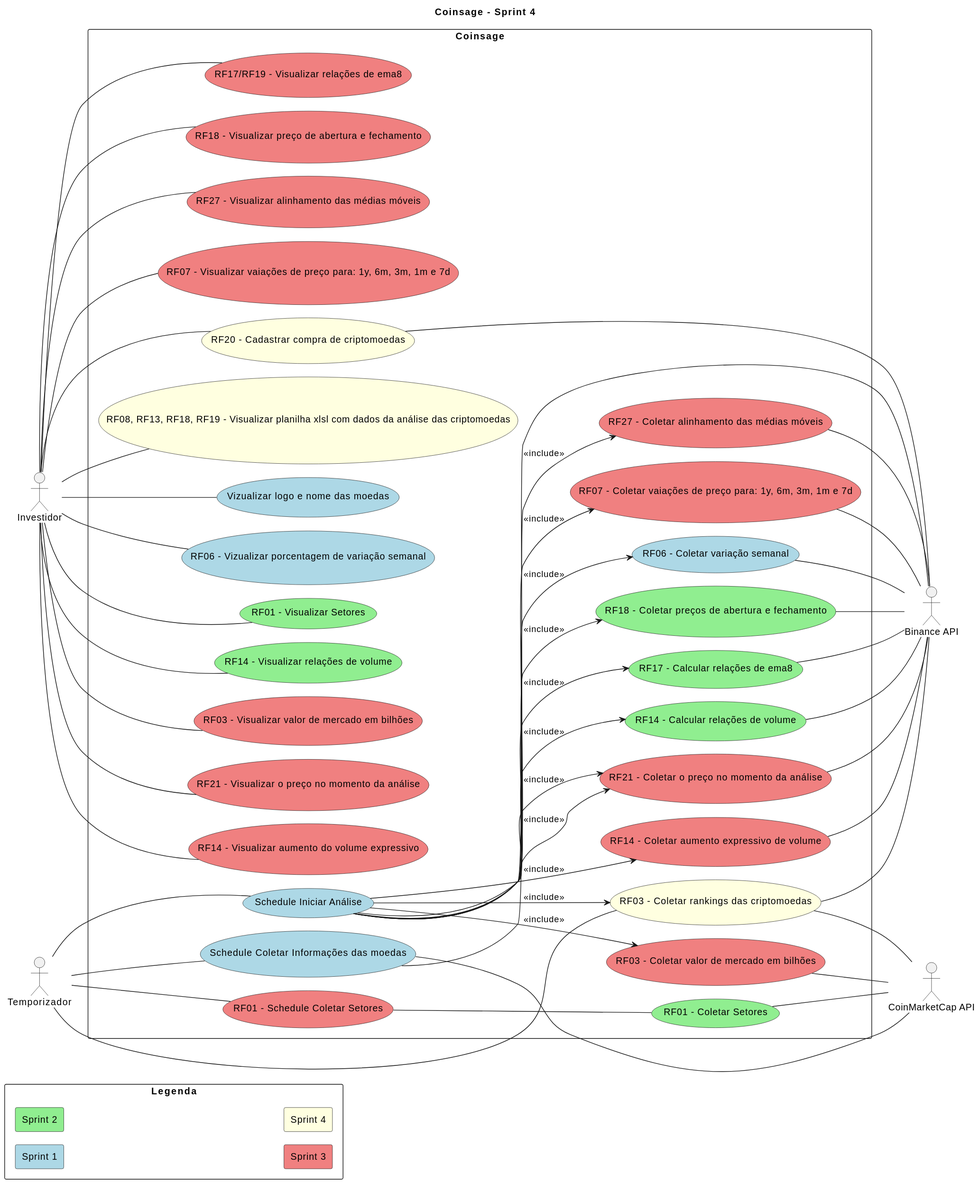
Before: Artefatos/diagramas/casos_de_uso/versions/svgs/current.svg, a diagram exported from PlantUML (ICEI-PUC-Minas-PPLES-TI/plf-es-2024-1-ti3-8981100-coinsage).
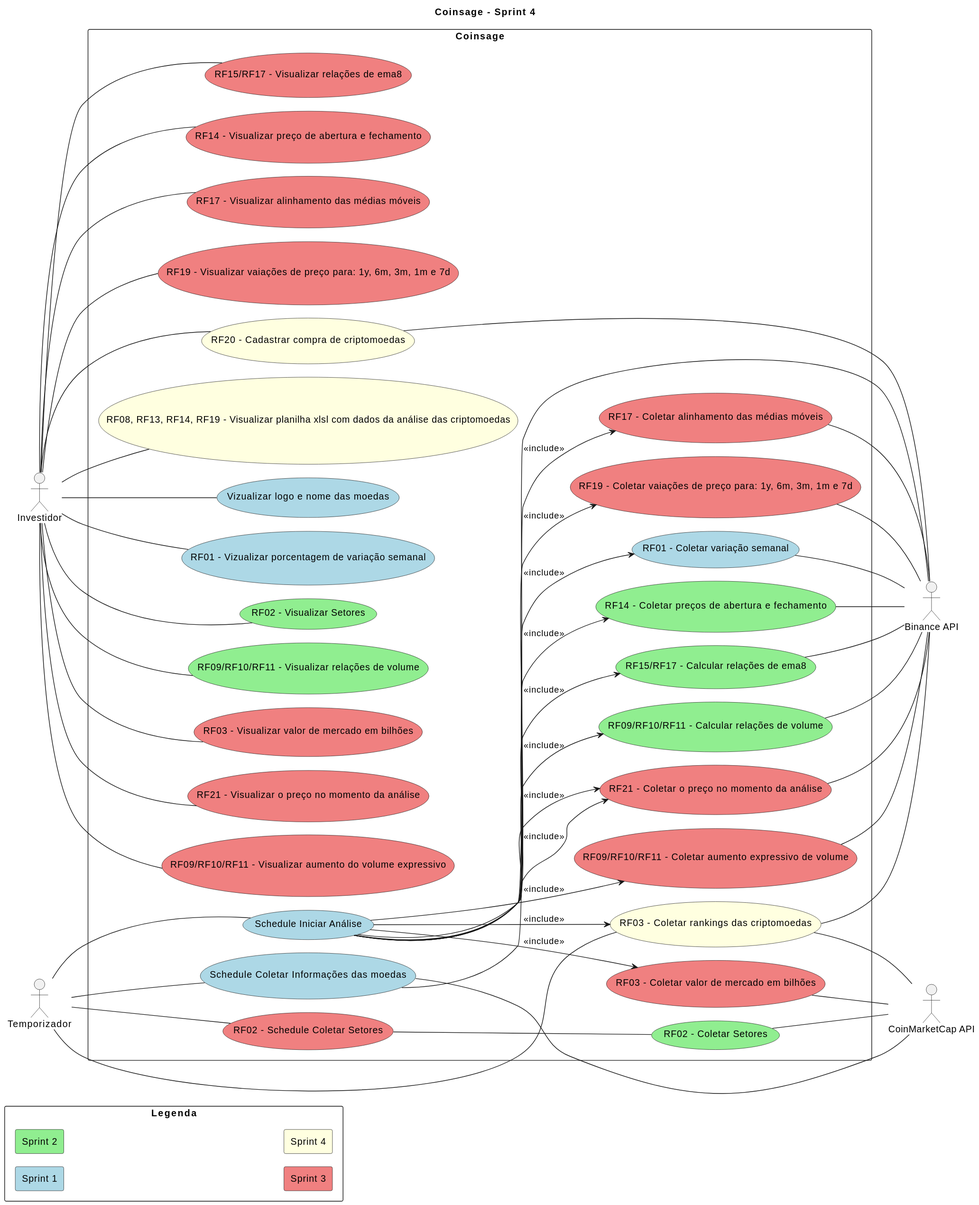
Later version of the same file.

What changed in the source:
```diff
@@ -23,33 +23,33 @@
 
     usecase "Schedule Coletar Informações das moedas" as sch_cripto_info #LightBlue
     usecase "Schedule Iniciar Análise" as sch_analysis #LightBlue
-    usecase "RF01 - Schedule Coletar Setores" as sch_sectors #LightCoral /' Should be sprint 2 but not ended '/
+    usecase "RF02 - Schedule Coletar Setores" as sch_sectors #LightCoral /' Should be sprint 2 but not ended '/
 
-    usecase "RF06 - Coletar variação semanal" as collect_cripto_week_incresse #LightBlue
-    usecase "RF01 - Coletar Setores" as collect_sectors #LightGreen
-    usecase "RF18 - Coletar preços de abertura e fechamento" as collect_cripto_open_close #LightGreen
-    usecase "RF17 - Calcular relações de ema8" as collect_ema8_relations #LightGreen
-    usecase "RF14 - Calcular relações de volume" as collect_volume_relations #LightGreen
+    usecase "RF01 - Coletar variação semanal" as collect_cripto_week_incresse #LightBlue
+    usecase "RF02 - Coletar Setores" as collect_sectors #LightGreen
+    usecase "RF14 - Coletar preços de abertura e fechamento" as collect_cripto_open_close #LightGreen
+    usecase "RF15/RF17 - Calcular relações de ema8" as collect_ema8_relations #LightGreen
+    usecase "RF09/RF10/RF11 - Calcular relações de volume" as collect_volume_relations #LightGreen
     usecase "RF03 - Coletar valor de mercado em bilhões" as collect_market_cap #LightCoral /' Should be sprint 2 but not ended '/
     usecase "RF21 - Coletar o preço no momento da análise" as collect_cripto_current_price #LightCoral /' Should be sprint 2 but not ended '/
-    usecase "RF14 - Coletar aumento expressivo de volume" as collect_expressive_volume_date #LightCoral /' Should be sprint 2 but not ended '/
-    usecase "RF27 - Coletar alinhamento das médias móveis" as collect_emas_aligned #LightCoral
-    usecase "RF07 - Coletar vaiações de preço para: 1y, 6m, 3m, 1m e 7d" as collect_cripto_price_variations #LightCoral
+    usecase "RF09/RF10/RF11 - Coletar aumento expressivo de volume" as collect_expressive_volume_date #LightCoral /' Should be sprint 2 but not ended '/
+    usecase "RF17 - Coletar alinhamento das médias móveis" as collect_emas_aligned #LightCoral
+    usecase "RF19 - Coletar vaiações de preço para: 1y, 6m, 3m, 1m e 7d" as collect_cripto_price_variations #LightCoral
 
     usecase "Vizualizar logo e nome das moedas" as view_cripto_info #LightBlue
-    usecase "RF06 - Vizualizar porcentagem de variação semanal" as view_cripto_week_incresse #LightBlue
-    usecase "RF01 - Visualizar Setores" as view_sectors #LightGreen
-    usecase "RF14 - Visualizar relações de volume" as view_volume_relations #LightGreen
+    usecase "RF01 - Vizualizar porcentagem de variação semanal" as view_cripto_week_incresse #LightBlue
+    usecase "RF02 - Visualizar Setores" as view_sectors #LightGreen
+    usecase "RF09/RF10/RF11 - Visualizar relações de volume" as view_volume_relations #LightGreen
     usecase "RF03 - Visualizar valor de mercado em bilhões" as view_market_cap #LightCoral /' Should be sprint 2 but not ended '/
     usecase "RF21 - Visualizar o preço no momento da análise" as view_cripto_current_price #LightCoral /' Should be sprint 2 but not ended '/
-    usecase "RF14 - Visualizar aumento do volume expressivo" as view_expressive_volume_increase #LightCoral /' Should be sprint 2 but not ended '/
-    usecase "RF17/RF19 - Visualizar relações de ema8" as view_ema8_relations #LightCoral /' Should be sprint 2 but not ended '/
-    usecase "RF18 - Visualizar preço de abertura e fechamento" as view_cripto_open_close #LightCoral /' Should be sprint 2 but not ended '/
-    usecase "RF27 - Visualizar alinhamento das médias móveis" as view_emas_aligned #LightCoral
-    usecase "RF07 - Visualizar vaiações de preço para: 1y, 6m, 3m, 1m e 7d" as view_cripto_price_variations #LightCoral
+    usecase "RF09/RF10/RF11 - Visualizar aumento do volume expressivo" as view_expressive_volume_increase #LightCoral /' Should be sprint 2 but not ended '/
+    usecase "RF15/RF17 - Visualizar relações de ema8" as view_ema8_relations #LightCoral /' Should be sprint 2 but not ended '/
+    usecase "RF14 - Visualizar preço de abertura e fechamento" as view_cripto_open_close #LightCoral /' Should be sprint 2 but not ended '/
+    usecase "RF17 - Visualizar alinhamento das médias móveis" as view_emas_aligned #LightCoral
+    usecase "RF19 - Visualizar vaiações de preço para: 1y, 6m, 3m, 1m e 7d" as view_cripto_price_variations #LightCoral
 
     usecase "RF20 - Cadastrar compra de criptomoedas" as register_cripto #LightYellow
-    usecase "RF08, RF13, RF18, RF19 - Visualizar planilha xlsl com dados da análise das criptomoedas" as view_xlsl #LightYellow
+    usecase "RF08, RF13, RF14, RF19 - Visualizar planilha xlsl com dados da análise das criptomoedas" as view_xlsl #LightYellow
     usecase "RF03 - Coletar rankings das criptomoedas" as collect_rankings #LightYellow
 }
 
```
